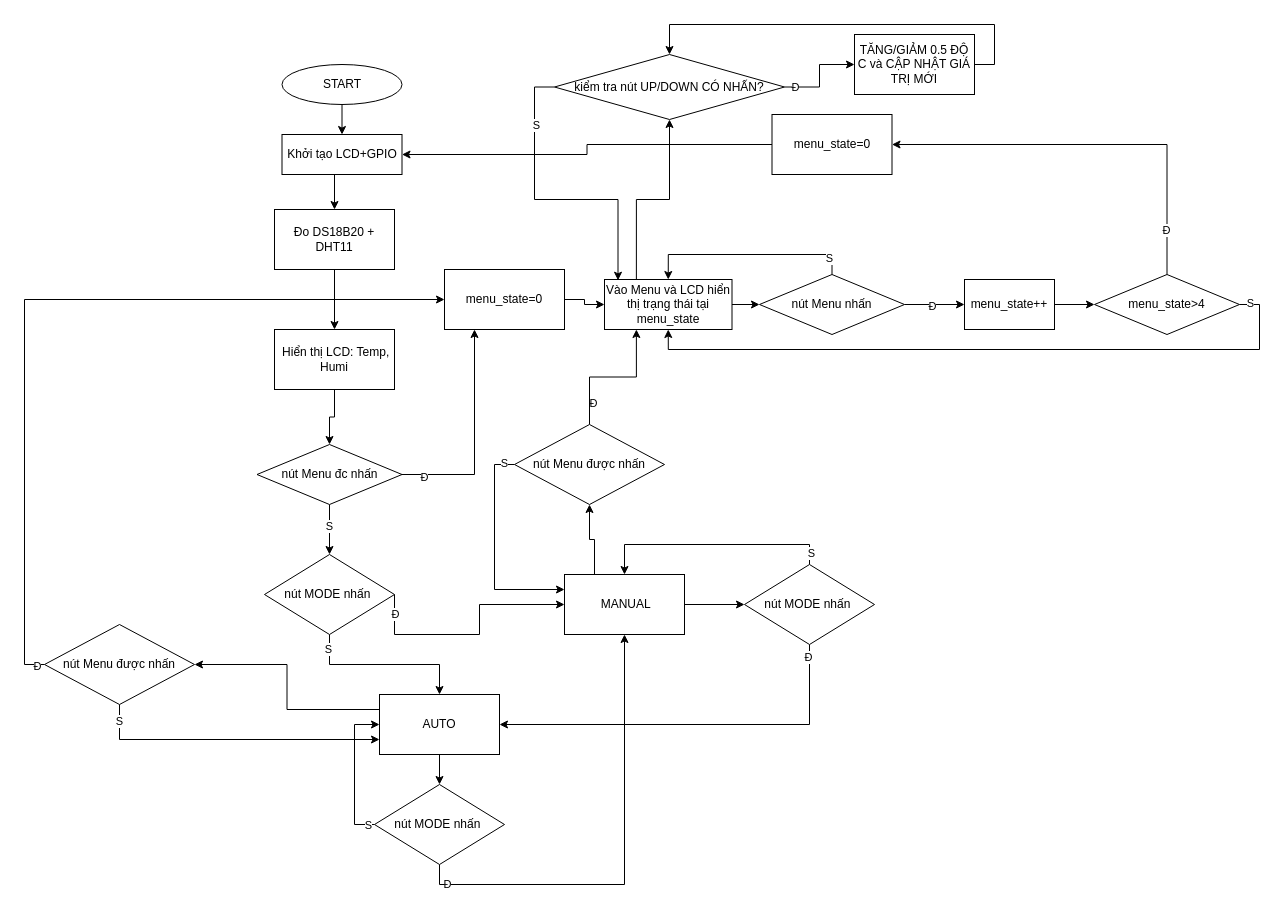
The draw.io diagram Untitled Diagram.drawio in thanhzkx/CONTROL-FISHTANK, before the edit. Source tidied: cells renumbered, new cells numbered last; positions are measured from the earlier drawing's top-left corner, leaving out a move shared by most shapes. Both pictures are drawn from the tidied source at 100%, with x=0, y=0 at pixel (44, 24).
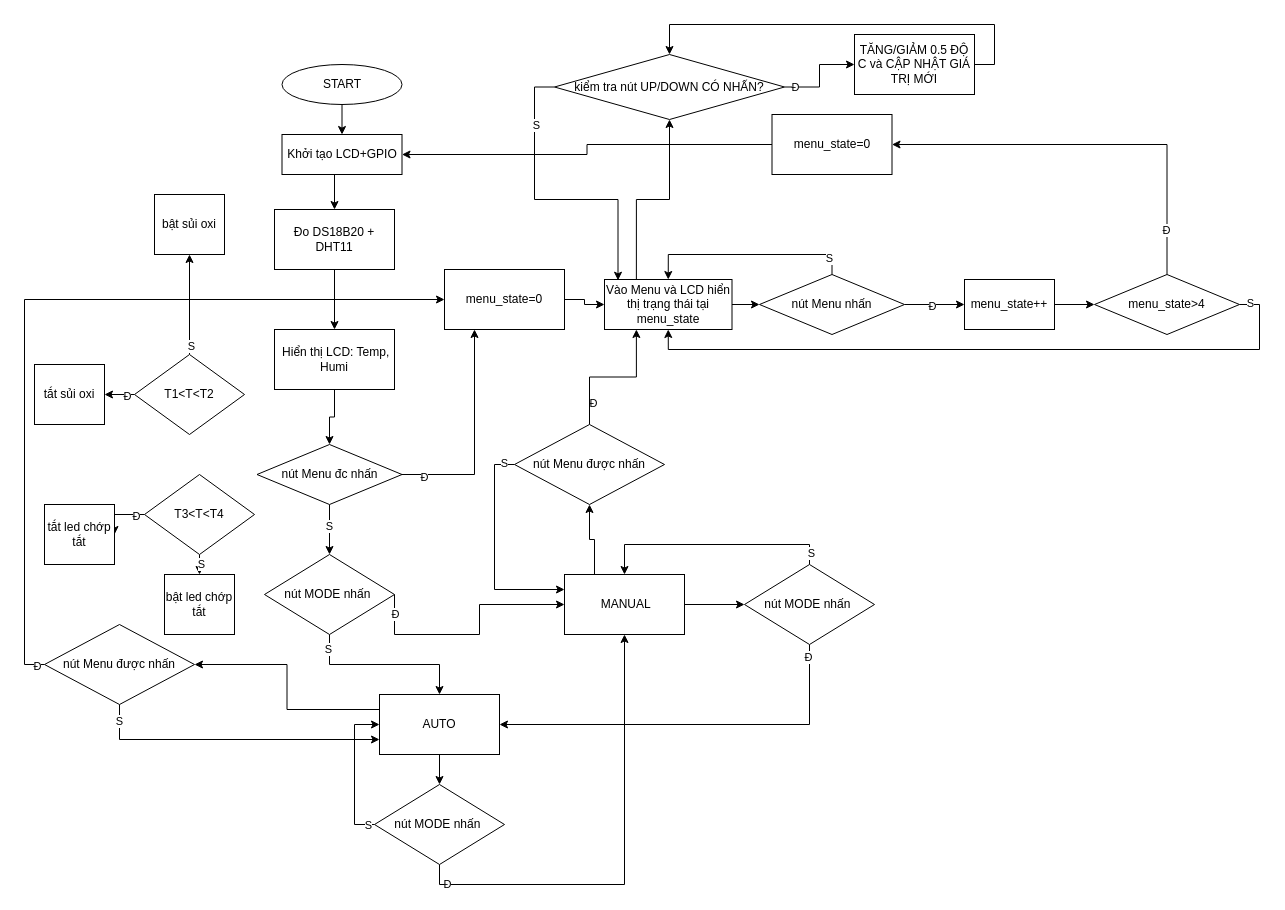
The same diagram, later.

The edit, as a diff of the source:
```diff
@@
+    <mxCell id="72" style="edgeStyle=orthogonalEdgeStyle;rounded=0;jettySize=auto;html=1;exitX=0.5;exitY=0;exitDx=0;exitDy=0;entryX=0.5;entryY=1;entryDx=0;entryDy=0;" parent="1" edge="1" source="76" target="82">
+      <mxGeometry relative="1" as="geometry" />
+    </mxCell>
+    <mxCell id="73" value="S" style="edgeLabel;html=1;align=center;verticalAlign=middle;" parent="72" vertex="1">
+      <mxGeometry x="-0.83" y="-1" relative="1" as="geometry" />
+    </mxCell>
+    <mxCell id="74" style="edgeStyle=orthogonalEdgeStyle;rounded=0;jettySize=auto;html=1;exitX=0;exitY=0.5;exitDx=0;exitDy=0;entryX=1;entryY=0.5;entryDx=0;entryDy=0;" parent="1" edge="1" source="76" target="85">
+      <mxGeometry relative="1" as="geometry" />
+    </mxCell>
+    <mxCell id="75" value="Đ" style="edgeLabel;html=1;align=center;verticalAlign=middle;" parent="74" vertex="1">
+      <mxGeometry x="-0.45" y="1" relative="1" as="geometry" />
+    </mxCell>
+    <mxCell id="76" value="T1&amp;lt;T&amp;lt;T2" style="rhombus;whiteSpace=wrap;html=1;" parent="1" vertex="1">
+      <mxGeometry x="90" y="330" width="110" height="80" as="geometry" />
+    </mxCell>
+    <mxCell id="77" style="edgeStyle=orthogonalEdgeStyle;rounded=0;jettySize=auto;html=1;exitX=0;exitY=0.5;exitDx=0;exitDy=0;entryX=1;entryY=0.5;entryDx=0;entryDy=0;" parent="1" edge="1" source="81" target="84">
+      <mxGeometry relative="1" as="geometry" />
+    </mxCell>
+    <mxCell id="78" value="Đ" style="edgeLabel;html=1;align=center;verticalAlign=middle;" parent="77" vertex="1">
+      <mxGeometry x="-0.64" y="1" relative="1" as="geometry" />
+    </mxCell>
+    <mxCell id="79" style="edgeStyle=orthogonalEdgeStyle;rounded=0;jettySize=auto;html=1;exitX=0.5;exitY=1;exitDx=0;exitDy=0;entryX=0.5;entryY=0;entryDx=0;entryDy=0;" parent="1" edge="1" source="81" target="83">
+      <mxGeometry relative="1" as="geometry" />
+    </mxCell>
+    <mxCell id="80" value="S" style="edgeLabel;html=1;align=center;verticalAlign=middle;" parent="79" vertex="1">
+      <mxGeometry x="-0.07" y="1" relative="1" as="geometry" />
+    </mxCell>
+    <mxCell id="81" value="T3&amp;lt;T&amp;lt;T4" style="rhombus;whiteSpace=wrap;html=1;" parent="1" vertex="1">
+      <mxGeometry x="100" y="450" width="110" height="80" as="geometry" />
+    </mxCell>
+    <mxCell id="82" value="bật sủi oxi" style="rounded=0;whiteSpace=wrap;html=1;" parent="1" vertex="1">
+      <mxGeometry x="110" y="170" width="70" height="60" as="geometry" />
+    </mxCell>
+    <mxCell id="83" value="bật led chớp tắt" style="rounded=0;whiteSpace=wrap;html=1;" parent="1" vertex="1">
+      <mxGeometry x="120" y="550" width="70" height="60" as="geometry" />
+    </mxCell>
+    <mxCell id="84" value="tắt led chớp tắt" style="rounded=0;whiteSpace=wrap;html=1;" parent="1" vertex="1">
+      <mxGeometry y="480" width="70" height="60" as="geometry" />
+    </mxCell>
+    <mxCell id="85" value="tắt sủi oxi" style="rounded=0;whiteSpace=wrap;html=1;" parent="1" vertex="1">
+      <mxGeometry x="-10" y="340" width="70" height="60" as="geometry" />
+    </mxCell>
```
